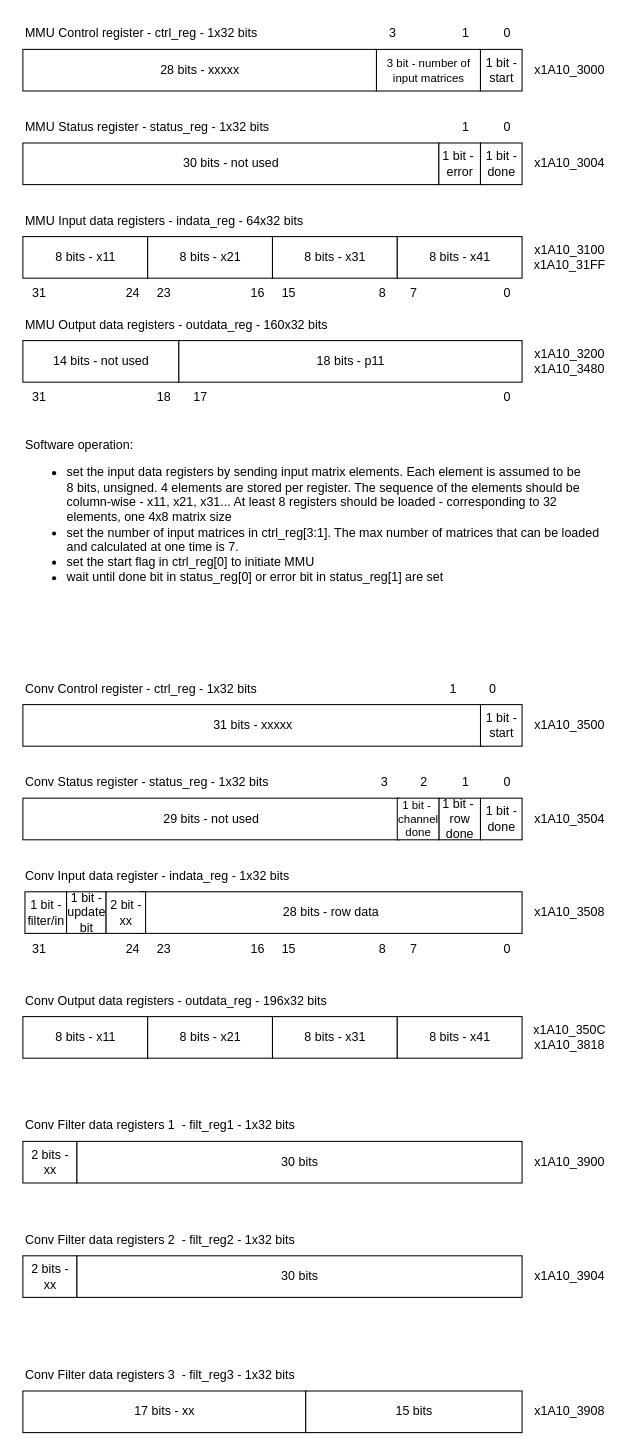
This is page "APB MMU and Conv RegMap" (2 of 8) of Diagrams.drawio from thevenus/etin35-pulpino, a draw.io file, before an edit. Source tidied: cells renumbered, new cells numbered last; positions are measured from the earlier drawing's top-left corner, leaving out a move shared by most shapes. Both pictures are drawn from the tidied source at 104%, with x=0, y=0 at pixel (17, 18).
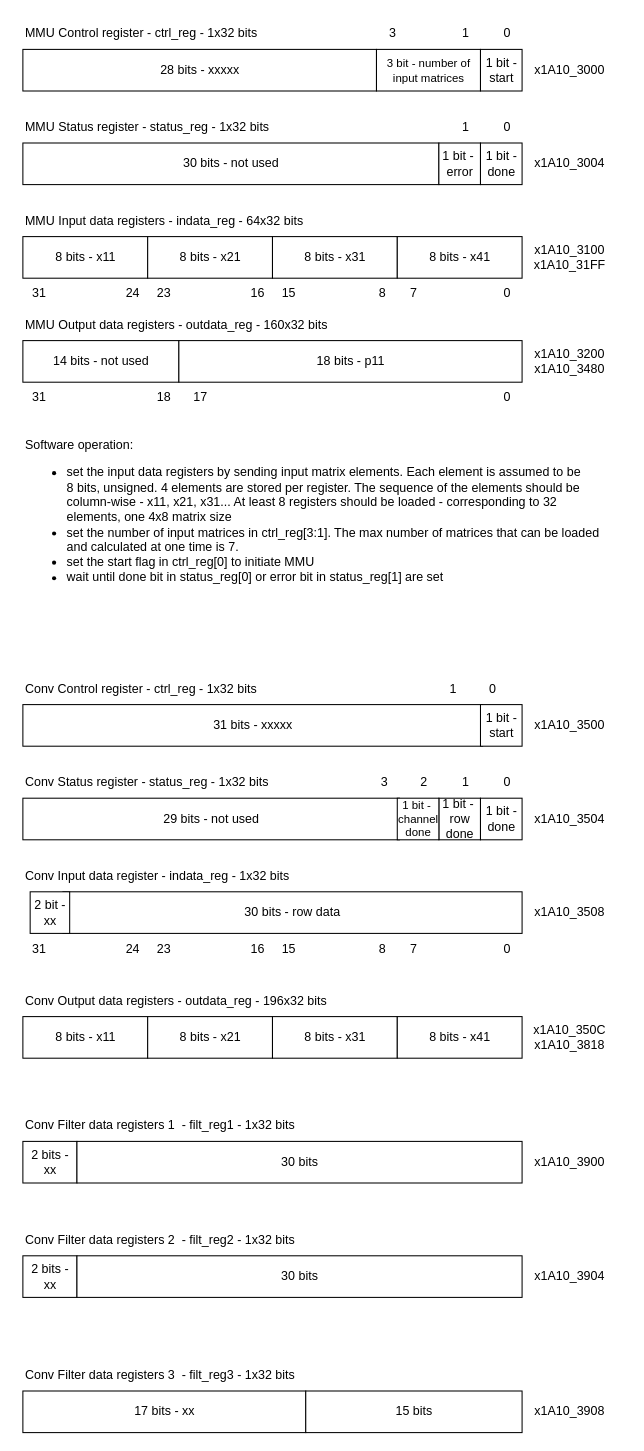
Above is the later version.

What changed in the source:
```diff
@@
-    <mxCell id="40" value="28 bits - row data" style="rounded=0;whiteSpace=wrap;html=1;" parent="1" vertex="1">
-      <mxGeometry x="117.5" y="840" width="368" height="40" as="geometry" />
+    <mxCell id="40" value="30 bits - row data" style="rounded=0;whiteSpace=wrap;html=1;" parent="1" vertex="1">
+      <mxGeometry x="44" y="840" width="441.5" height="40" as="geometry" />
     </mxCell>
-    <mxCell id="41" value="1 bit - filter/in" style="rounded=0;whiteSpace=wrap;html=1;" parent="1" vertex="1">
-      <mxGeometry x="7.5" y="840" width="40" height="40" as="geometry" />
-    </mxCell>
-    <mxCell id="42" value="1 bit - update bit" style="rounded=0;whiteSpace=wrap;html=1;" parent="1" vertex="1">
-      <mxGeometry x="47.5" y="840" width="38" height="40" as="geometry" />
-    </mxCell>
@@
     <mxCell id="70" value="2 bit -xx" style="rounded=0;whiteSpace=wrap;html=1;" parent="1" vertex="1">
-      <mxGeometry x="85.5" y="840" width="38" height="40" as="geometry" />
+      <mxGeometry x="12.5" y="840" width="38" height="40" as="geometry" />
     </mxCell>
```
